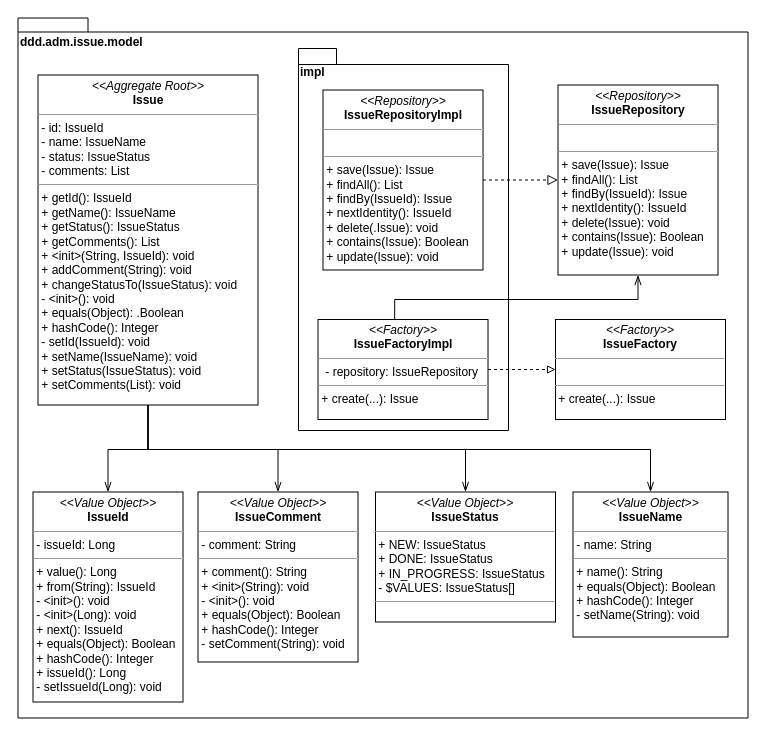
DanielKraft/bachelor-thesis keeps this draw.io diagram as page "new-domain" (5 of 7) of gfx/example/ddd/raw/uml-ddd.drawio. Above is the earlier version. Source tidied: cells renumbered, new cells numbered last; positions are measured from the earlier drawing's top-left corner, leaving out a move shared by most shapes. Both pictures are drawn from the tidied source at 100%, with x=0, y=0 at pixel (17, 17).
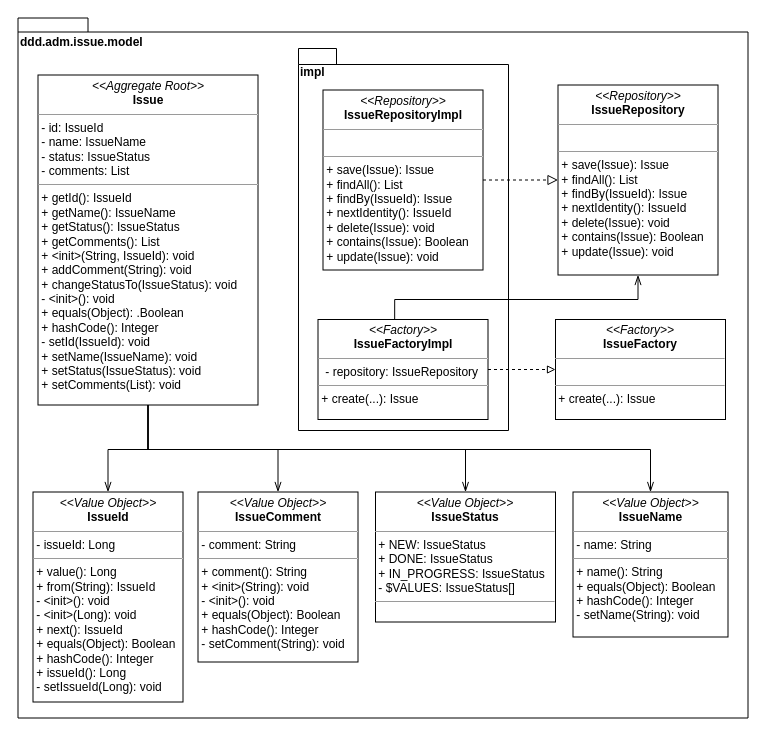
Above is the later version.

What changed in the source:
```diff
@@
-    <mxCell id="14" value="&lt;p style=&quot;margin: 0px ; margin-top: 4px ; text-align: center&quot;&gt;&lt;i&gt;&amp;lt;&amp;lt;Repository&amp;gt;&amp;gt;&lt;/i&gt;&lt;br&gt;&lt;b&gt;IssueRepositoryImpl&lt;/b&gt;&lt;/p&gt;&lt;hr size=&quot;1&quot;&gt;&lt;p style=&quot;margin: 0px ; margin-left: 4px&quot;&gt;&lt;br&gt;&lt;/p&gt;&lt;hr size=&quot;1&quot;&gt;&lt;div&gt;&amp;nbsp;+ save(Issue): Issue&lt;/div&gt;&lt;div&gt;&amp;nbsp;+ findAll(): List&lt;/div&gt;&lt;div&gt;&amp;nbsp;+ findBy(IssueId): Issue&lt;/div&gt;&lt;div&gt;&amp;nbsp;+ nextIdentity(): IssueId&lt;/div&gt;&lt;div&gt;&amp;nbsp;+ delete(.Issue): void&lt;/div&gt;&lt;div&gt;&amp;nbsp;+ contains(Issue): Boolean&lt;/div&gt;&lt;div&gt;&amp;nbsp;+ update(Issue): void&lt;/div&gt;" style="verticalAlign=top;align=left;overflow=fill;fontSize=12;fontFamily=Helvetica;html=1;" parent="1" vertex="1">
+    <mxCell id="14" value="&lt;p style=&quot;margin: 0px ; margin-top: 4px ; text-align: center&quot;&gt;&lt;i&gt;&amp;lt;&amp;lt;Repository&amp;gt;&amp;gt;&lt;/i&gt;&lt;br&gt;&lt;b&gt;IssueRepositoryImpl&lt;/b&gt;&lt;/p&gt;&lt;hr size=&quot;1&quot;&gt;&lt;p style=&quot;margin: 0px ; margin-left: 4px&quot;&gt;&lt;br&gt;&lt;/p&gt;&lt;hr size=&quot;1&quot;&gt;&lt;div&gt;&amp;nbsp;+ save(Issue): Issue&lt;/div&gt;&lt;div&gt;&amp;nbsp;+ findAll(): List&lt;/div&gt;&lt;div&gt;&amp;nbsp;+ findBy(IssueId): Issue&lt;/div&gt;&lt;div&gt;&amp;nbsp;+ nextIdentity(): IssueId&lt;/div&gt;&lt;div&gt;&amp;nbsp;+ delete(Issue): void&lt;/div&gt;&lt;div&gt;&amp;nbsp;+ contains(Issue): Boolean&lt;/div&gt;&lt;div&gt;&amp;nbsp;+ update(Issue): void&lt;/div&gt;" style="verticalAlign=top;align=left;overflow=fill;fontSize=12;fontFamily=Helvetica;html=1;" parent="1" vertex="1">
       <mxGeometry x="305.5" y="72.5" width="160" height="180" as="geometry" />
     </mxCell>
```
